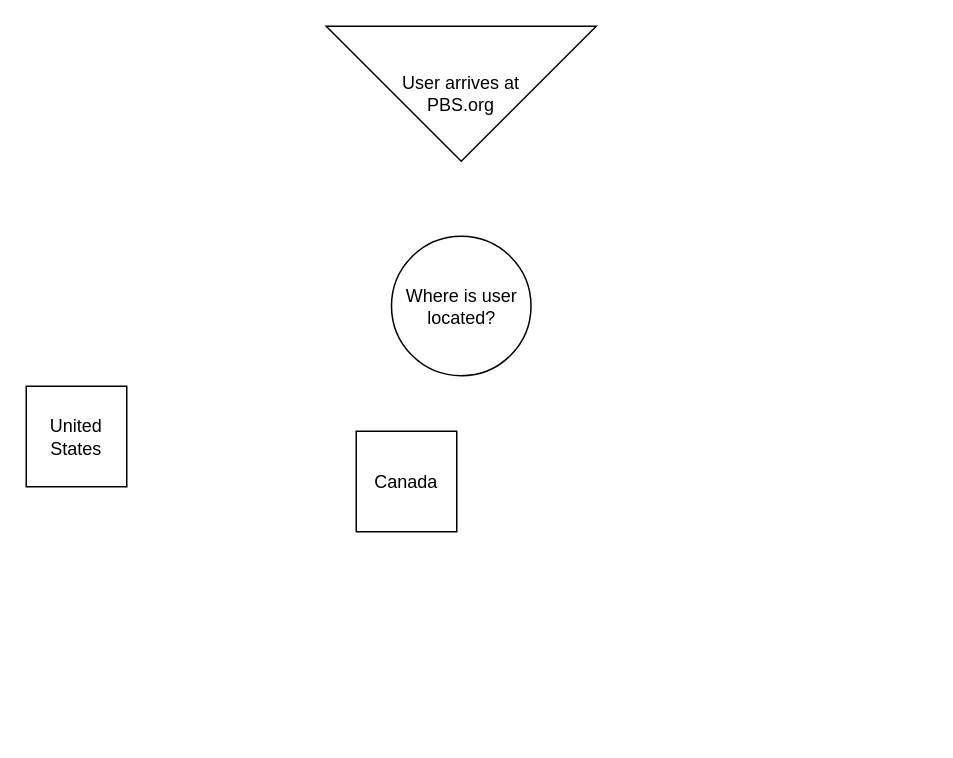
This is Untitled Diagram.drawio from chipcullen/diagramstest, a draw.io file, before an edit. Source tidied: cells renumbered, new cells numbered last; positions are measured from the earlier drawing's top-left corner, leaving out a move shared by most shapes. Both pictures are drawn from the tidied source at 150%, with x=0, y=0 at pixel (26, 26).
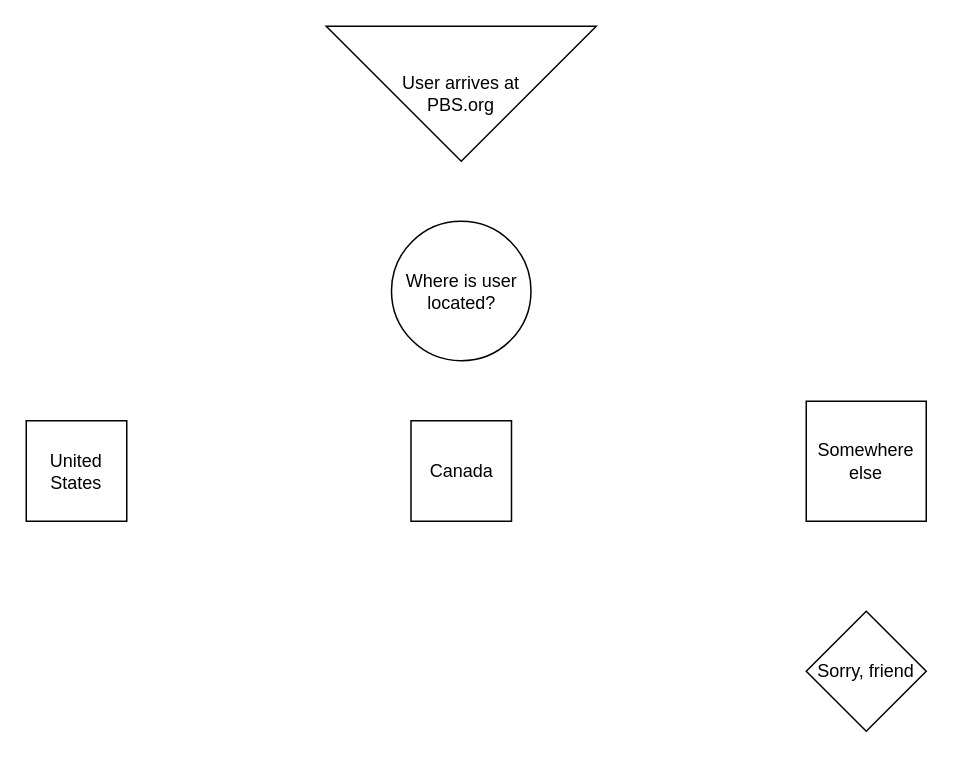
After the change.

Commit message:
Content Flow

Diff of the diagram source:
```diff
@@
 <mxGraphModel>
   <root>
     <mxCell id="0" />
     <mxCell id="1" parent="0" />
     <mxCell id="2" value="User arrives at&lt;br&gt;PBS.org" style="triangle;whiteSpace=wrap;html=1;direction=south;" parent="1" vertex="1">
       <mxGeometry x="200" width="180" height="90" as="geometry" />
     </mxCell>
     <mxCell id="3" value="Where is user located?" style="ellipse;whiteSpace=wrap;html=1;" parent="1" vertex="1">
-      <mxGeometry x="243.5" y="140" width="93" height="93" as="geometry" />
+      <mxGeometry x="243.5" y="130" width="93" height="93" as="geometry" />
     </mxCell>
     <mxCell id="4" value="United States&lt;br&gt;" style="whiteSpace=wrap;html=1;" parent="1" vertex="1">
-      <mxGeometry y="240" width="67" height="67" as="geometry" />
+      <mxGeometry y="263" width="67" height="67" as="geometry" />
     </mxCell>
     <mxCell id="5" value="Canada&lt;br&gt;" style="whiteSpace=wrap;html=1;" parent="1" vertex="1">
-      <mxGeometry x="220" y="270" width="67" height="67" as="geometry" />
+      <mxGeometry x="256.5" y="263" width="67" height="67" as="geometry" />
     </mxCell>
+    <mxCell id="6" value="Somewhere else&lt;br&gt;" style="whiteSpace=wrap;html=1;" parent="1" vertex="1">
+      <mxGeometry x="520" y="250" width="80" height="80" as="geometry" />
+    </mxCell>
+    <mxCell id="7" value="Sorry, friend" style="rhombus;whiteSpace=wrap;html=1;" parent="1" vertex="1">
+      <mxGeometry x="520" y="390" width="80" height="80" as="geometry" />
+    </mxCell>
   </root>
 </mxGraphModel>
```
